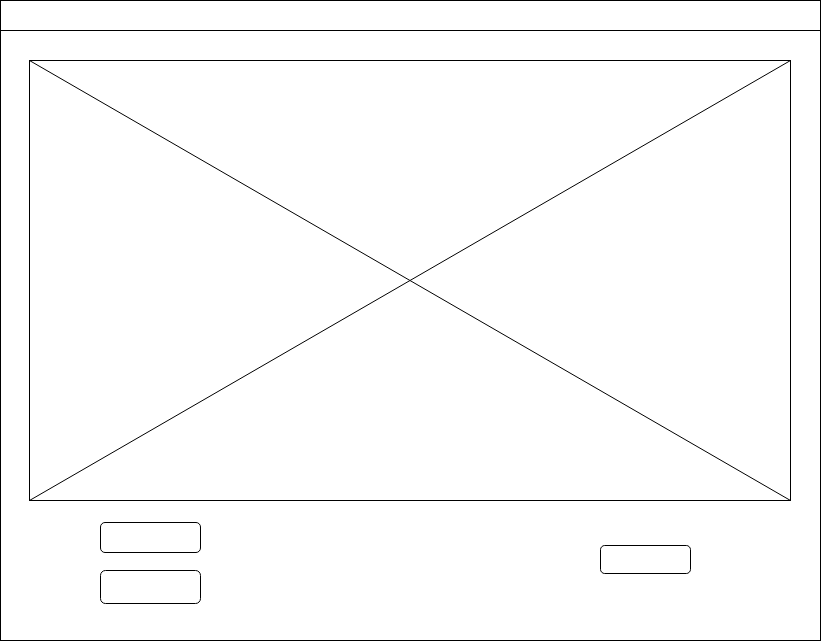
The draw.io diagram Diseños y Modelos/vistaPartida.png in Prodiegus/Kriegspanzer, before a commit. Source tidied: cells renumbered, new cells last; positions are measured from the earlier drawing's top-left corner, leaving out a move shared by most shapes. The source it was exported from:
```xml
<mxGraphModel>
  <root>
    <mxCell id="0" />
    <mxCell id="1" parent="0" />
    <mxCell id="2" style="rounded=0;whiteSpace=wrap;html=1;" parent="1" vertex="1">
      <mxGeometry y="30" width="820" height="610" as="geometry" />
    </mxCell>
    <mxCell id="3" style="rounded=0;whiteSpace=wrap;html=1;" parent="1" vertex="1">
      <mxGeometry x="29" y="60" width="761" height="440" as="geometry" />
    </mxCell>
    <mxCell id="4" style="shape=collate;whiteSpace=wrap;html=1;" parent="1" vertex="1">
      <mxGeometry x="29" y="60" width="761" height="440" as="geometry" />
    </mxCell>
    <mxCell id="5" style="rounded=0;whiteSpace=wrap;html=1;" parent="1" vertex="1">
      <mxGeometry width="820" height="30" as="geometry" />
    </mxCell>
    <mxCell id="6" style="rounded=1;whiteSpace=wrap;html=1;" parent="1" vertex="1">
      <mxGeometry x="100" y="522" width="100" height="30" as="geometry" />
    </mxCell>
    <mxCell id="7" style="rounded=1;whiteSpace=wrap;html=1;" parent="1" vertex="1">
      <mxGeometry x="100" y="570" width="100" height="33" as="geometry" />
    </mxCell>
    <mxCell id="8" style="rounded=1;whiteSpace=wrap;html=1;" parent="1" vertex="1">
      <mxGeometry x="600" y="545" width="90" height="28" as="geometry" />
    </mxCell>
  </root>
</mxGraphModel>
```
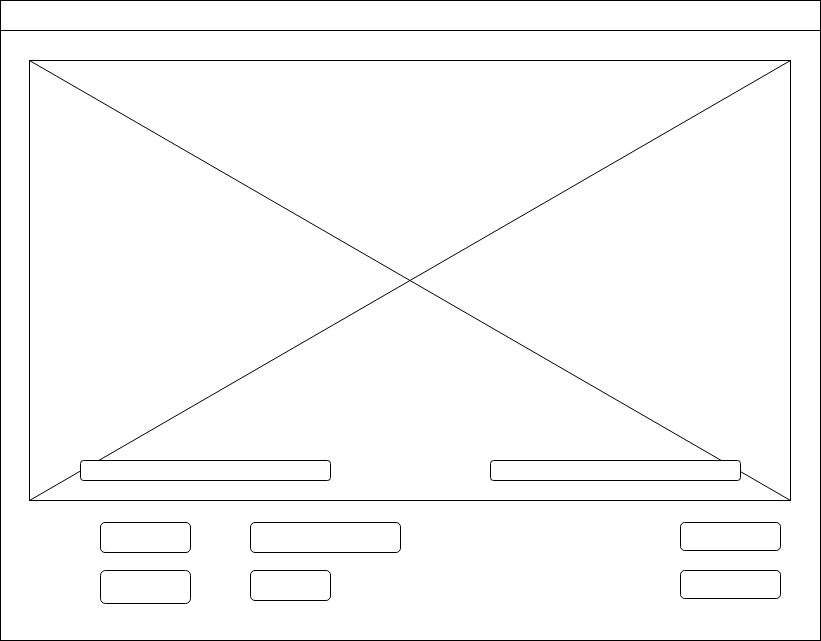
After the commit.

The edit, as a diff of the source:
```diff
@@ -15,13 +15,28 @@
       <mxGeometry width="820" height="30" as="geometry" />
     </mxCell>
     <mxCell id="6" style="rounded=1;whiteSpace=wrap;html=1;" parent="1" vertex="1">
-      <mxGeometry x="100" y="522" width="100" height="30" as="geometry" />
+      <mxGeometry x="100" y="522" width="90" height="30" as="geometry" />
     </mxCell>
     <mxCell id="7" style="rounded=1;whiteSpace=wrap;html=1;" parent="1" vertex="1">
-      <mxGeometry x="100" y="570" width="100" height="33" as="geometry" />
+      <mxGeometry x="100" y="570" width="90" height="33" as="geometry" />
     </mxCell>
     <mxCell id="8" style="rounded=1;whiteSpace=wrap;html=1;" parent="1" vertex="1">
-      <mxGeometry x="600" y="545" width="90" height="28" as="geometry" />
+      <mxGeometry x="680" y="570" width="100" height="28" as="geometry" />
     </mxCell>
+    <mxCell id="9" style="rounded=1;whiteSpace=wrap;html=1;" parent="1" vertex="1">
+      <mxGeometry x="250" y="522" width="150" height="30" as="geometry" />
+    </mxCell>
+    <mxCell id="10" style="rounded=1;whiteSpace=wrap;html=1;" parent="1" vertex="1">
+      <mxGeometry x="250" y="570" width="80" height="30" as="geometry" />
+    </mxCell>
+    <mxCell id="11" style="rounded=1;whiteSpace=wrap;html=1;" parent="1" vertex="1">
+      <mxGeometry x="680" y="522" width="100" height="28" as="geometry" />
+    </mxCell>
+    <mxCell id="12" style="rounded=1;whiteSpace=wrap;html=1;" parent="1" vertex="1">
+      <mxGeometry x="80" y="460" width="250" height="20" as="geometry" />
+    </mxCell>
+    <mxCell id="13" style="rounded=1;whiteSpace=wrap;html=1;" parent="1" vertex="1">
+      <mxGeometry x="490" y="460" width="250" height="20" as="geometry" />
+    </mxCell>
   </root>
 </mxGraphModel>
```
